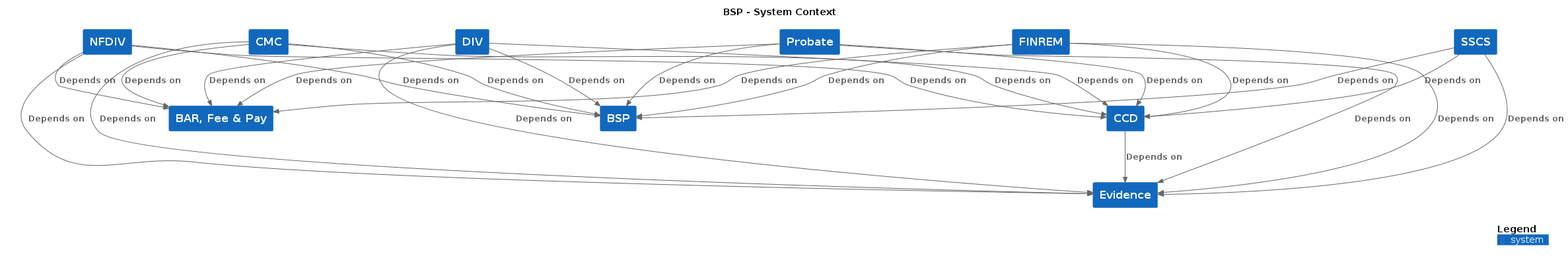
The PlantUML diagram docs/c4/bsp/images/structurizr-bsp-context.png in hmcts/cnp-api-docs, before a commit.
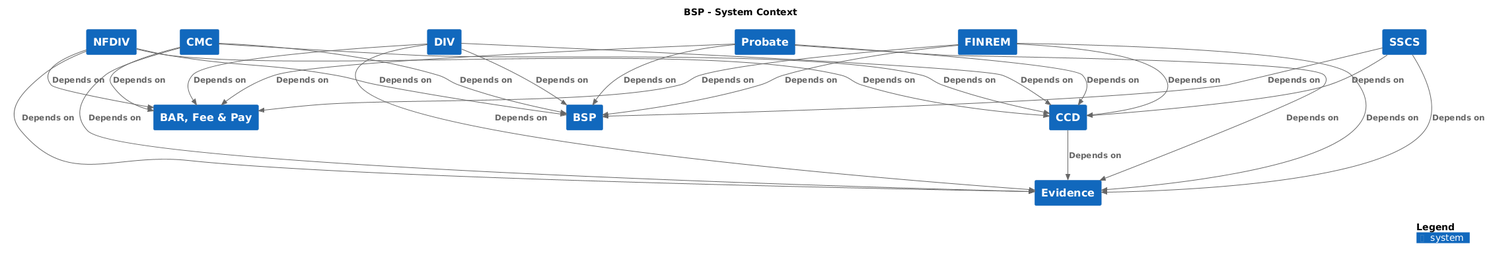
Later version of the same file.

Diff of the diagram source:
```diff
@@ -18,30 +18,30 @@
 System(Probate, "Probate", $descr="", $tags="", $link="")
 System(SSCS, "SSCS", $descr="", $tags="", $link="")
 
-Rel_D(CCD, Evidence, "Depends on", $techn="", $tags="", $link="")
-Rel_D(CMC, BARFeePay, "Depends on", $techn="", $tags="", $link="")
-Rel_D(CMC, CCD, "Depends on", $techn="", $tags="", $link="")
-Rel_D(CMC, Evidence, "Depends on", $techn="", $tags="", $link="")
-Rel_D(CMC, BSP, "Depends on", $techn="", $tags="", $link="")
-Rel_D(DIV, Evidence, "Depends on", $techn="", $tags="", $link="")
-Rel_D(DIV, BARFeePay, "Depends on", $techn="", $tags="", $link="")
-Rel_D(DIV, CCD, "Depends on", $techn="", $tags="", $link="")
-Rel_D(DIV, BSP, "Depends on", $techn="", $tags="", $link="")
-Rel_D(FINREM, BARFeePay, "Depends on", $techn="", $tags="", $link="")
-Rel_D(FINREM, CCD, "Depends on", $techn="", $tags="", $link="")
-Rel_D(FINREM, BSP, "Depends on", $techn="", $tags="", $link="")
-Rel_D(FINREM, Evidence, "Depends on", $techn="", $tags="", $link="")
-Rel_D(Probate, CCD, "Depends on", $techn="", $tags="", $link="")
-Rel_D(Probate, BARFeePay, "Depends on", $techn="", $tags="", $link="")
-Rel_D(Probate, Evidence, "Depends on", $techn="", $tags="", $link="")
-Rel_D(Probate, BSP, "Depends on", $techn="", $tags="", $link="")
-Rel_D(SSCS, CCD, "Depends on", $techn="", $tags="", $link="")
-Rel_D(SSCS, Evidence, "Depends on", $techn="", $tags="", $link="")
-Rel_D(SSCS, BSP, "Depends on", $techn="", $tags="", $link="")
-Rel_D(NFDIV, CCD, "Depends on", $techn="", $tags="", $link="")
-Rel_D(NFDIV, BARFeePay, "Depends on", $techn="", $tags="", $link="")
-Rel_D(NFDIV, Evidence, "Depends on", $techn="", $tags="", $link="")
-Rel_D(NFDIV, BSP, "Depends on", $techn="", $tags="", $link="")
+Rel(CCD, Evidence, "Depends on", $techn="", $tags="", $link="")
+Rel(CMC, BARFeePay, "Depends on", $techn="", $tags="", $link="")
+Rel(CMC, CCD, "Depends on", $techn="", $tags="", $link="")
+Rel(CMC, Evidence, "Depends on", $techn="", $tags="", $link="")
+Rel(CMC, BSP, "Depends on", $techn="", $tags="", $link="")
+Rel(DIV, Evidence, "Depends on", $techn="", $tags="", $link="")
+Rel(DIV, BARFeePay, "Depends on", $techn="", $tags="", $link="")
+Rel(DIV, CCD, "Depends on", $techn="", $tags="", $link="")
+Rel(DIV, BSP, "Depends on", $techn="", $tags="", $link="")
+Rel(FINREM, BARFeePay, "Depends on", $techn="", $tags="", $link="")
+Rel(FINREM, CCD, "Depends on", $techn="", $tags="", $link="")
+Rel(FINREM, BSP, "Depends on", $techn="", $tags="", $link="")
+Rel(FINREM, Evidence, "Depends on", $techn="", $tags="", $link="")
+Rel(Probate, CCD, "Depends on", $techn="", $tags="", $link="")
+Rel(Probate, BARFeePay, "Depends on", $techn="", $tags="", $link="")
+Rel(Probate, Evidence, "Depends on", $techn="", $tags="", $link="")
+Rel(Probate, BSP, "Depends on", $techn="", $tags="", $link="")
+Rel(SSCS, CCD, "Depends on", $techn="", $tags="", $link="")
+Rel(SSCS, Evidence, "Depends on", $techn="", $tags="", $link="")
+Rel(SSCS, BSP, "Depends on", $techn="", $tags="", $link="")
+Rel(NFDIV, CCD, "Depends on", $techn="", $tags="", $link="")
+Rel(NFDIV, BARFeePay, "Depends on", $techn="", $tags="", $link="")
+Rel(NFDIV, Evidence, "Depends on", $techn="", $tags="", $link="")
+Rel(NFDIV, BSP, "Depends on", $techn="", $tags="", $link="")
 
 SHOW_DYNAMIC_LEGEND()
 @enduml
```
